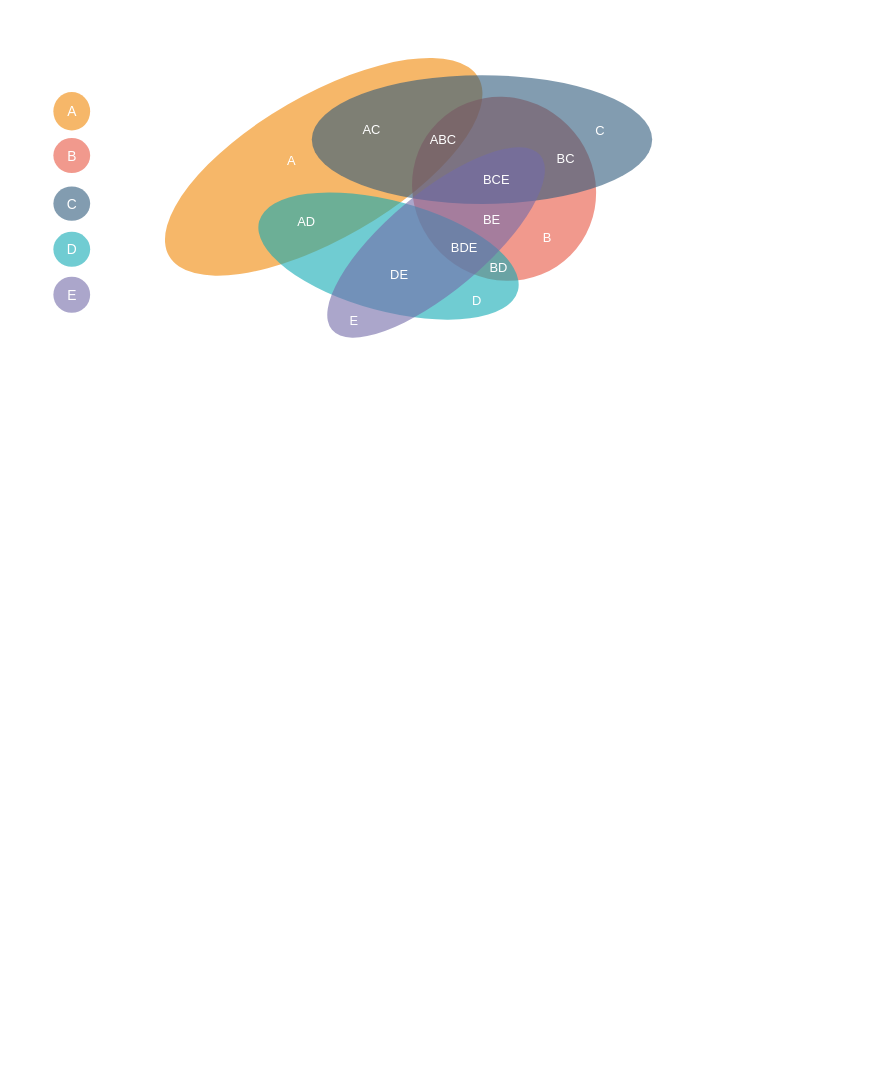
Earlier version of the draw.io diagram Untitled Diagram.drawio (techwolfd/developers). Source tidied: cells renumbered, new cells numbered last; positions are measured from the earlier drawing's top-left corner, leaving out a move shared by most shapes. Both pictures are drawn from the tidied source at 92%, with x=0, y=0 at pixel (52, 75).
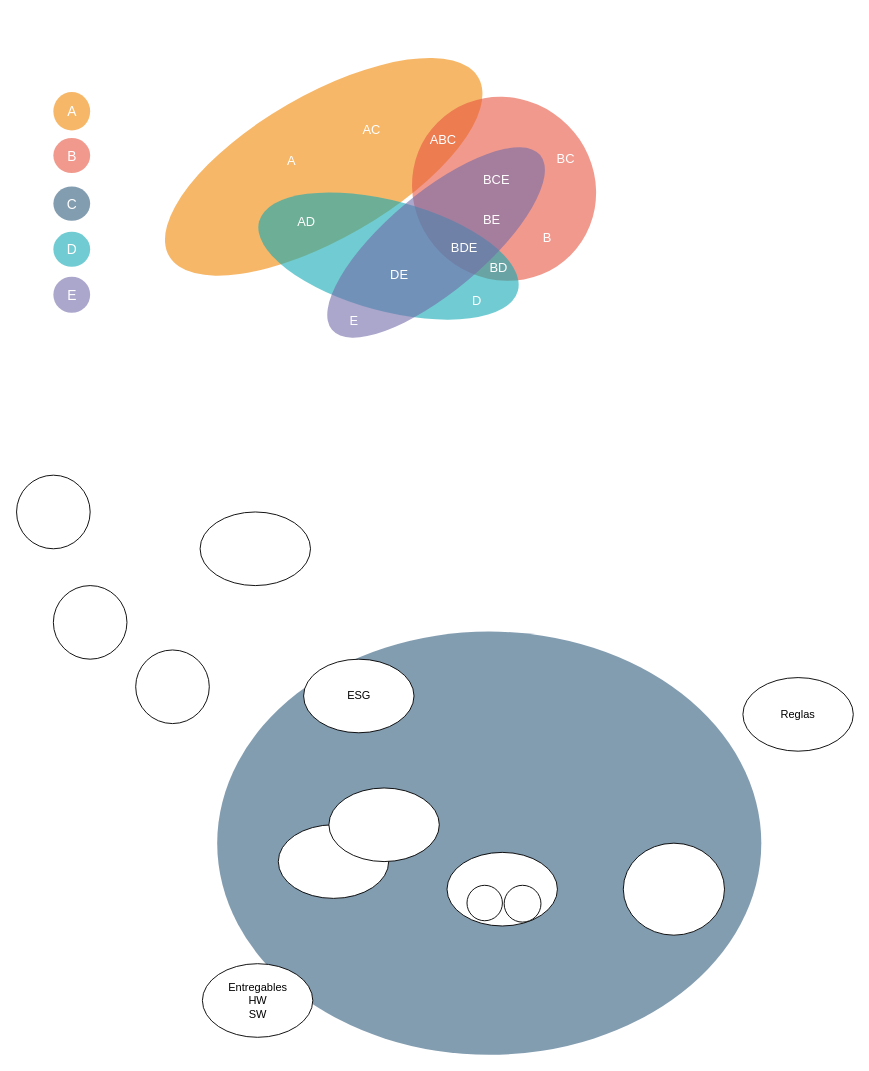
The same page after the edit.

What changed in the source:
```diff
@@
     <mxCell id="4" style="ellipse;whiteSpace=wrap;fillColor=#2F5B7C;opacity=60;strokeColor=none;html=1;" parent="1" vertex="1">
-      <mxGeometry x="281.4" y="0.2" width="370" height="140" as="geometry" />
+      <mxGeometry x="178.6" y="605" width="591.4" height="460" as="geometry" />
     </mxCell>
@@
+    <mxCell id="26" value="ESG" style="ellipse;whiteSpace=wrap;html=1;" parent="1" vertex="1">
+      <mxGeometry x="272.5" y="635" width="120" height="80" as="geometry" />
+    </mxCell>
+    <mxCell id="27" value="Reglas" style="ellipse;whiteSpace=wrap;html=1;" parent="1" vertex="1">
+      <mxGeometry x="750" y="655" width="120" height="80" as="geometry" />
+    </mxCell>
+    <mxCell id="28" style="ellipse;whiteSpace=wrap;html=1;" parent="1" vertex="1">
+      <mxGeometry x="428.4" y="845" width="120" height="80" as="geometry" />
+    </mxCell>
+    <mxCell id="29" style="ellipse;whiteSpace=wrap;html=1;" parent="1" vertex="1">
+      <mxGeometry x="450.1" y="880.8" width="38.5" height="38.5" as="geometry" />
+    </mxCell>
+    <mxCell id="30" style="ellipse;whiteSpace=wrap;html=1;" parent="1" vertex="1">
+      <mxGeometry x="490.5" y="880.8" width="40" height="40" as="geometry" />
+    </mxCell>
+    <mxCell id="31" value="Entregables&lt;br&gt;HW&lt;br&gt;SW" style="ellipse;whiteSpace=wrap;html=1;" parent="1" vertex="1">
+      <mxGeometry x="162.5" y="966" width="120" height="80" as="geometry" />
+    </mxCell>
+    <mxCell id="32" style="ellipse;whiteSpace=wrap;html=1;" parent="1" vertex="1">
+      <mxGeometry x="160" y="475" width="120" height="80" as="geometry" />
+    </mxCell>
+    <mxCell id="33" style="ellipse;whiteSpace=wrap;html=1;" parent="1" vertex="1">
+      <mxGeometry x="0.5" y="555" width="80" height="80" as="geometry" />
+    </mxCell>
+    <mxCell id="34" style="ellipse;whiteSpace=wrap;html=1;" parent="1" vertex="1">
+      <mxGeometry x="90" y="625" width="80" height="80" as="geometry" />
+    </mxCell>
+    <mxCell id="35" style="ellipse;whiteSpace=wrap;html=1;" parent="1" vertex="1">
+      <mxGeometry x="-39.5" y="435" width="80" height="80" as="geometry" />
+    </mxCell>
+    <mxCell id="36" style="ellipse;whiteSpace=wrap;html=1;" parent="1" vertex="1">
+      <mxGeometry x="245" y="815" width="120" height="80" as="geometry" />
+    </mxCell>
+    <mxCell id="37" style="ellipse;whiteSpace=wrap;html=1;" parent="1" vertex="1">
+      <mxGeometry x="620" y="835" width="110" height="100" as="geometry" />
+    </mxCell>
+    <mxCell id="38" style="ellipse;whiteSpace=wrap;html=1;" parent="1" vertex="1">
+      <mxGeometry x="300" y="775" width="120" height="80" as="geometry" />
+    </mxCell>
```
